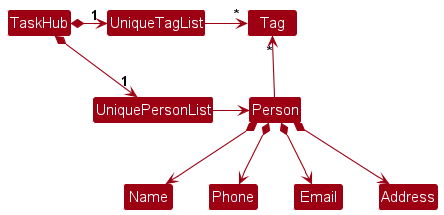
Earlier version of the PlantUML export docs/images/BetterModelClassDiagram.png (rayyan35p/tp). Its diagram source:
```plantuml
@startuml
!include style.puml
skinparam arrowThickness 1.1
skinparam arrowColor MODEL_COLOR
skinparam classBackgroundColor MODEL_COLOR

TaskHub *-right-> "1" UniquePersonList
TaskHub *-right-> "1" UniqueTagList
UniqueTagList -[hidden]down- UniquePersonList
UniqueTagList -[hidden]down- UniquePersonList

UniqueTagList -right-> "*" Tag
UniquePersonList -right-> Person

Person -up-> "*" Tag

Person *--> Name
Person *--> Phone
Person *--> Email
Person *--> Address
@enduml
```
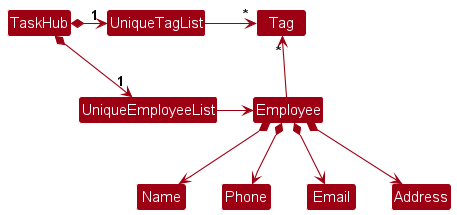
Later version of the same file.

Change to the diagram source:
```diff
@@ -4,18 +4,18 @@
 skinparam arrowColor MODEL_COLOR
 skinparam classBackgroundColor MODEL_COLOR
 
-TaskHub *-right-> "1" UniquePersonList
+TaskHub *-right-> "1" UniqueEmployeeList
 TaskHub *-right-> "1" UniqueTagList
-UniqueTagList -[hidden]down- UniquePersonList
-UniqueTagList -[hidden]down- UniquePersonList
+UniqueTagList -[hidden]down- UniqueEmployeeList
+UniqueTagList -[hidden]down- UniqueEmployeeList
 
 UniqueTagList -right-> "*" Tag
-UniquePersonList -right-> Person
+UniqueEmployeeList -right-> Employee
 
-Person -up-> "*" Tag
+Employee -up-> "*" Tag
 
-Person *--> Name
-Person *--> Phone
-Person *--> Email
-Person *--> Address
+Employee *--> Name
+Employee *--> Phone
+Employee *--> Email
+Employee *--> Address
 @enduml
```
